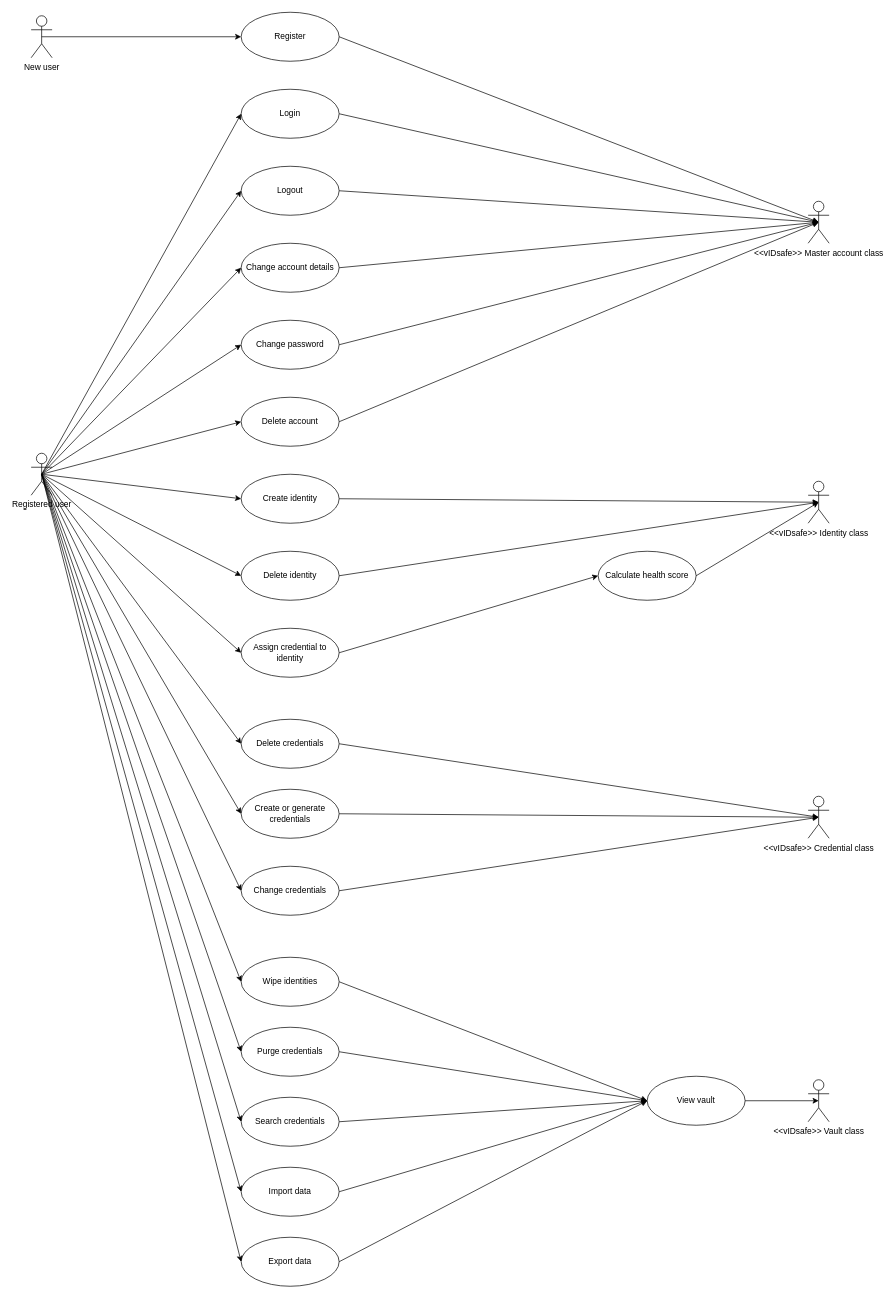
The draw.io diagram Designs/Diagrams/vIDsafe use cases.drawio in 000xE/vIDsafe, before the edit. Source tidied: cells renumbered, new cells numbered last; positions are measured from the earlier drawing's top-left corner, leaving out a move shared by most shapes. Both pictures are drawn from the tidied source at 70%, with x=0, y=0 at pixel (31, 12).
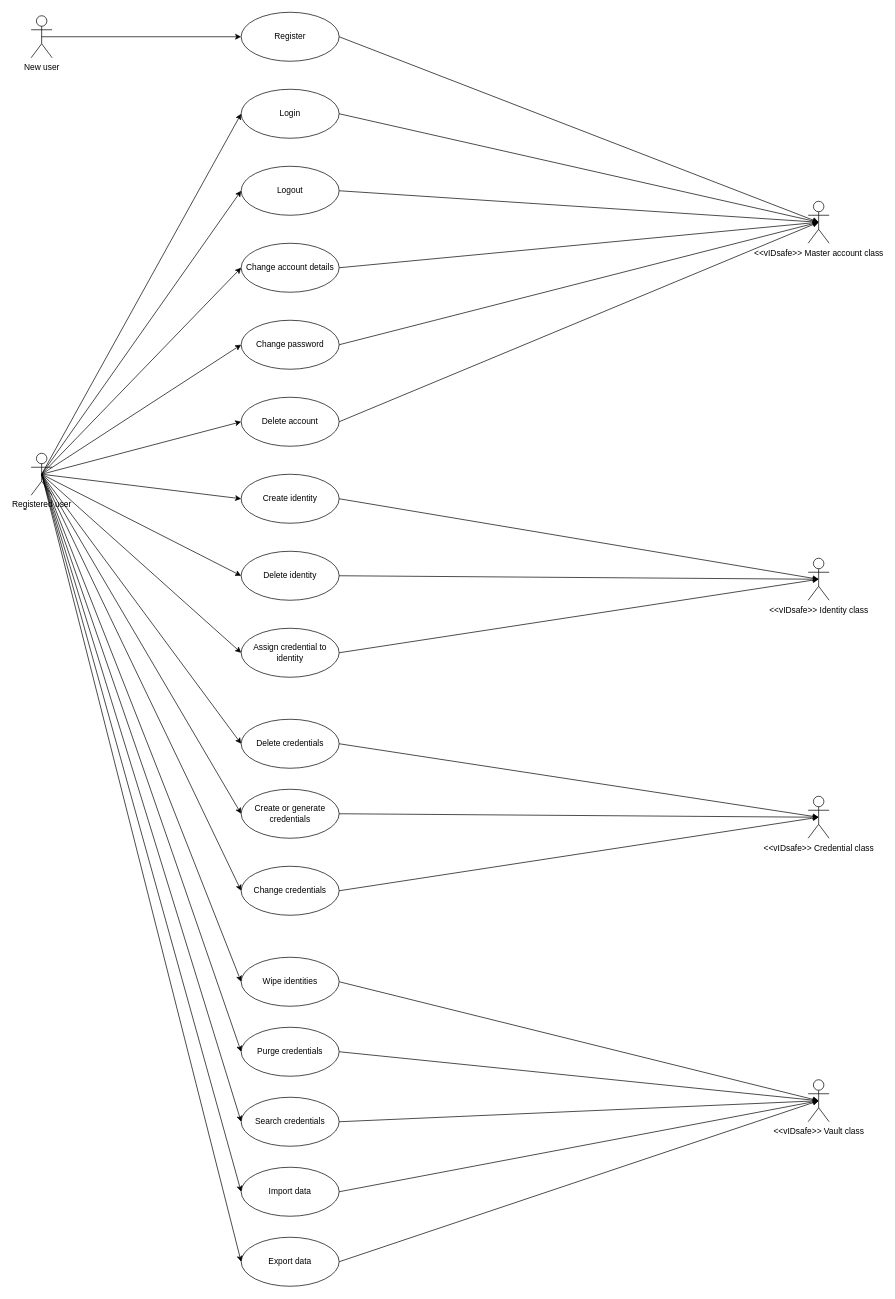
The same diagram, later.

Commit message (it also covers changes not shown here):
Updated use cases designs, added sequence diagrams, fixed grammar in background section, added designs section

Unchanged cells that the change refers to:
```xml
<mxCell id="13" value="&amp;lt;&amp;lt;vIDsafe&amp;gt;&amp;gt; Vault class" style="shape=umlActor;verticalLabelPosition=bottom;verticalAlign=top;html=1;" parent="1" vertex="1">
  <mxGeometry x="1110" y="1525" width="30" height="60" as="geometry" />
</mxCell>
<mxCell id="19" value="Wipe identities" style="ellipse;whiteSpace=wrap;html=1;" parent="1" vertex="1">
  <mxGeometry x="300" y="1350" width="140" height="70" as="geometry" />
</mxCell>
<mxCell id="20" value="Purge credentials" style="ellipse;whiteSpace=wrap;html=1;" parent="1" vertex="1">
  <mxGeometry x="300" y="1450" width="140" height="70" as="geometry" />
</mxCell>
<mxCell id="31" value="Search credentials" style="ellipse;whiteSpace=wrap;html=1;" parent="1" vertex="1">
  <mxGeometry x="300" y="1550" width="140" height="70" as="geometry" />
</mxCell>
<mxCell id="50" value="Import data" style="ellipse;whiteSpace=wrap;html=1;" parent="1" vertex="1">
  <mxGeometry x="300" y="1650" width="140" height="70" as="geometry" />
</mxCell>
<mxCell id="51" value="Export data" style="ellipse;whiteSpace=wrap;html=1;" parent="1" vertex="1">
  <mxGeometry x="300" y="1750" width="140" height="70" as="geometry" />
</mxCell>
<mxCell id="55" value="Assign credential to identity" style="ellipse;whiteSpace=wrap;html=1;" parent="1" vertex="1">
  <mxGeometry x="300" y="880" width="140" height="70" as="geometry" />
</mxCell>
```

Change to the diagram source:
```diff
@@
-    <mxCell id="29" value="View vault" style="ellipse;whiteSpace=wrap;html=1;" parent="1" vertex="1">
-      <mxGeometry x="880" y="1520" width="140" height="70" as="geometry" />
-    </mxCell>
@@
-    <mxCell id="34" style="endArrow=classic;html=1;exitX=1;exitY=0.5;exitDx=0;exitDy=0;entryX=0;entryY=0.5;entryDx=0;entryDy=0;" parent="1" edge="1" source="31" target="29">
+    <mxCell id="34" style="endArrow=classic;html=1;exitX=1;exitY=0.5;exitDx=0;exitDy=0;entryX=0.5;entryY=0.5;entryDx=0;entryDy=0;entryPerimeter=0;" parent="1" edge="1" source="31" target="13">
       <mxGeometry relative="1" as="geometry" />
     </mxCell>
@@
-    <mxCell id="36" style="endArrow=classic;html=1;exitX=1;exitY=0.5;exitDx=0;exitDy=0;entryX=0;entryY=0.5;entryDx=0;entryDy=0;" parent="1" edge="1" source="19" target="29">
+    <mxCell id="36" style="endArrow=classic;html=1;exitX=1;exitY=0.5;exitDx=0;exitDy=0;entryX=0.5;entryY=0.5;entryDx=0;entryDy=0;entryPerimeter=0;" parent="1" edge="1" source="19" target="13">
       <mxGeometry relative="1" as="geometry" />
     </mxCell>
-    <mxCell id="37" style="endArrow=classic;html=1;exitX=1;exitY=0.5;exitDx=0;exitDy=0;entryX=0;entryY=0.5;entryDx=0;entryDy=0;" parent="1" edge="1" source="20" target="29">
+    <mxCell id="37" style="endArrow=classic;html=1;exitX=1;exitY=0.5;exitDx=0;exitDy=0;entryX=0.5;entryY=0.5;entryDx=0;entryDy=0;entryPerimeter=0;" parent="1" edge="1" source="20" target="13">
       <mxGeometry relative="1" as="geometry" />
     </mxCell>
@@
-    <mxCell id="47" value="Calculate health score" style="ellipse;whiteSpace=wrap;html=1;" parent="1" vertex="1">
-      <mxGeometry x="810" y="770" width="140" height="70" as="geometry" />
-    </mxCell>
-    <mxCell id="48" style="endArrow=classic;html=1;exitX=1;exitY=0.5;exitDx=0;exitDy=0;entryX=0.5;entryY=0.5;entryDx=0;entryDy=0;entryPerimeter=0;" parent="1" edge="1" source="47" target="57">
-      <mxGeometry relative="1" as="geometry" />
-    </mxCell>
-    <mxCell id="49" style="endArrow=classic;html=1;exitX=1;exitY=0.5;exitDx=0;exitDy=0;entryX=0.5;entryY=0.5;entryDx=0;entryDy=0;entryPerimeter=0;" parent="1" edge="1" source="29" target="13">
-      <mxGeometry relative="1" as="geometry" />
-    </mxCell>
@@
-    <mxCell id="54" style="endArrow=classic;html=1;exitX=1;exitY=0.5;exitDx=0;exitDy=0;entryX=0;entryY=0.5;entryDx=0;entryDy=0;" parent="1" edge="1" source="50" target="29">
+    <mxCell id="54" style="endArrow=classic;html=1;exitX=1;exitY=0.5;exitDx=0;exitDy=0;entryX=0.5;entryY=0.5;entryDx=0;entryDy=0;entryPerimeter=0;" parent="1" edge="1" source="50" target="13">
       <mxGeometry relative="1" as="geometry" />
     </mxCell>
@@
-    <mxCell id="56" style="endArrow=classic;html=1;exitX=1;exitY=0.5;exitDx=0;exitDy=0;entryX=0;entryY=0.5;entryDx=0;entryDy=0;" parent="1" edge="1" source="55" target="47">
+    <mxCell id="56" style="endArrow=classic;html=1;exitX=1;exitY=0.5;exitDx=0;exitDy=0;entryX=0.5;entryY=0.5;entryDx=0;entryDy=0;entryPerimeter=0;" parent="1" edge="1" source="55" target="57">
       <mxGeometry relative="1" as="geometry" />
     </mxCell>
     <mxCell id="57" value="&amp;lt;&amp;lt;vIDsafe&amp;gt;&amp;gt; Identity class" style="shape=umlActor;verticalLabelPosition=bottom;verticalAlign=top;html=1;" parent="1" vertex="1">
-      <mxGeometry x="1110" y="670" width="30" height="60" as="geometry" />
+      <mxGeometry x="1110" y="780" width="30" height="60" as="geometry" />
     </mxCell>
@@
-    <mxCell id="59" style="endArrow=classic;html=1;exitX=1;exitY=0.5;exitDx=0;exitDy=0;entryX=0;entryY=0.5;entryDx=0;entryDy=0;" parent="1" edge="1" source="51" target="29">
+    <mxCell id="59" style="endArrow=classic;html=1;exitX=1;exitY=0.5;exitDx=0;exitDy=0;entryX=0.5;entryY=0.5;entryDx=0;entryDy=0;entryPerimeter=0;" parent="1" edge="1" source="51" target="13">
       <mxGeometry relative="1" as="geometry" />
     </mxCell>
```
